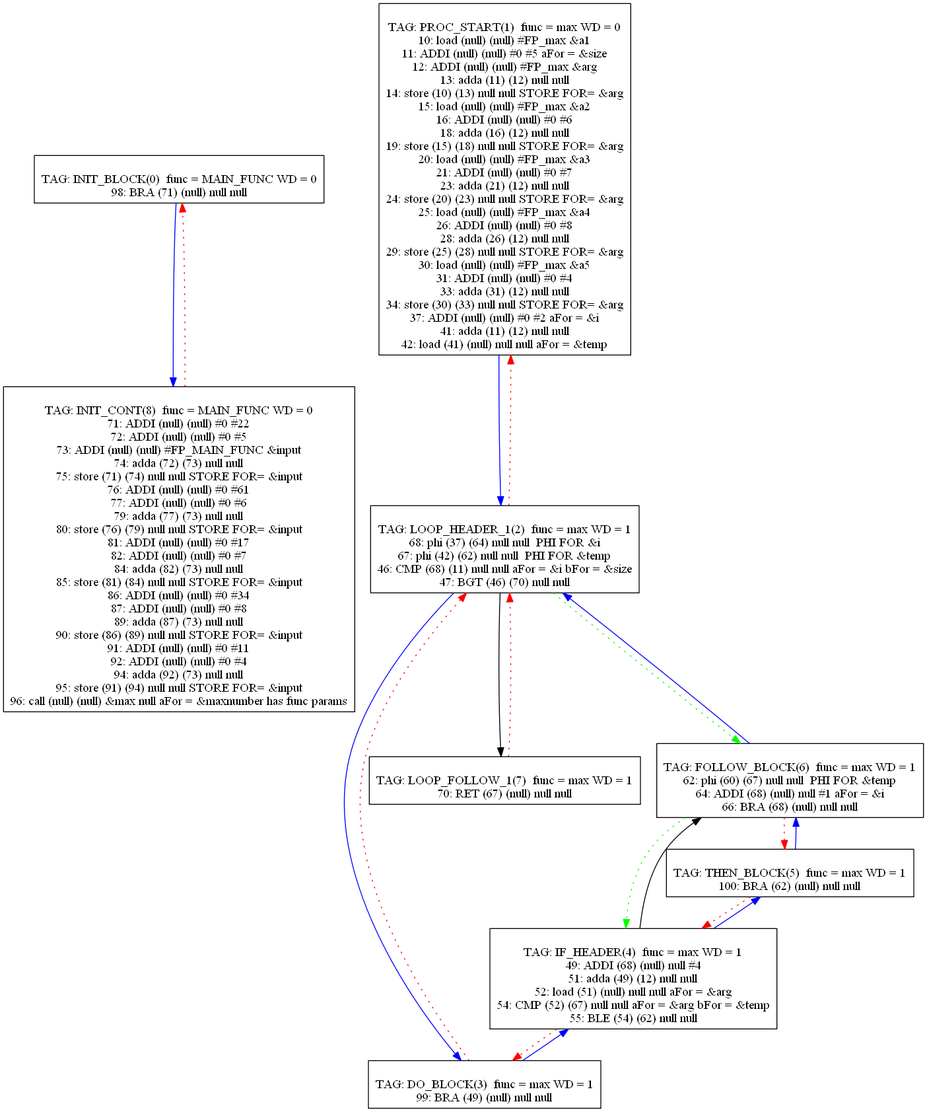
The Graphviz diagram Compiler/4graph.png in mbajaj92/Project-Astoria, before a commit. Its source is kept beside it as Compiler/4graph.dot.
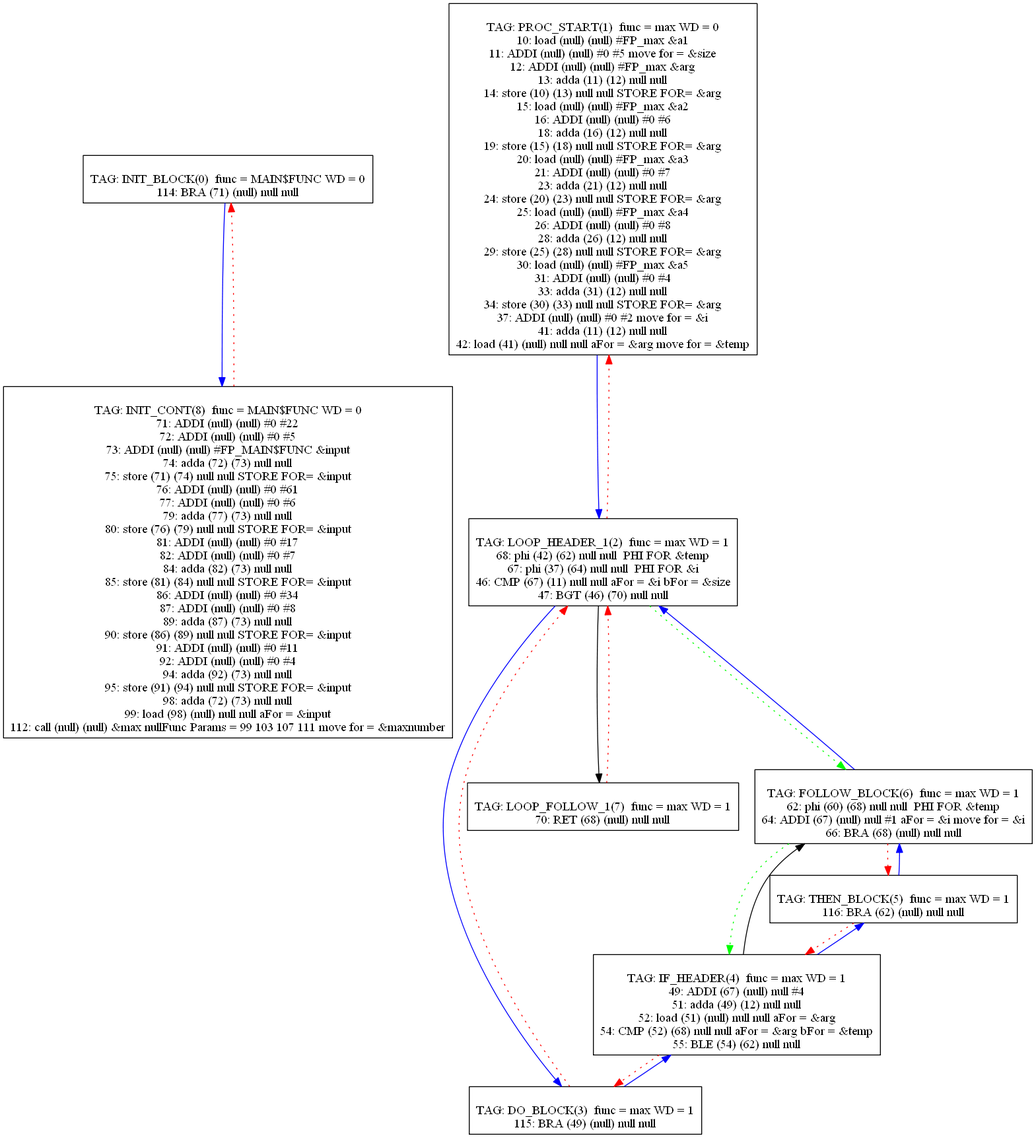
The same diagram one commit later.

The edit, as a diff of the source:
```diff
@@ -1,14 +1,14 @@
 digraph {
 0[label="
-TAG: INIT_BLOCK(0)  func = MAIN_FUNC WD = 0
-98: BRA (71) (null) null null
+TAG: INIT_BLOCK(0)  func = MAIN$FUNC WD = 0
+114: BRA (71) (null) null null
 "];
 0[shape=box];
 0 -> 8[color=blue]
 1[label="
 TAG: PROC_START(1)  func = max WD = 0
 10: load (null) (null) #FP_max &a1
-11: ADDI (null) (null) #0 #5 aFor = &size
+11: ADDI (null) (null) #0 #5 move for = &size
 12: ADDI (null) (null) #FP_max &arg
 13: adda (11) (12) null null
 14: store (10) (13) null null STORE FOR= &arg
@@ -28,17 +28,17 @@
 31: ADDI (null) (null) #0 #4
 33: adda (31) (12) null null
 34: store (30) (33) null null STORE FOR= &arg
-37: ADDI (null) (null) #0 #2 aFor = &i
+37: ADDI (null) (null) #0 #2 move for = &i
 41: adda (11) (12) null null
-42: load (41) (null) null null aFor = &temp
+42: load (41) (null) null null aFor = &arg move for = &temp
 "];
 1[shape=box];
 1 -> 2[color=blue]
 2[label="
 TAG: LOOP_HEADER_1(2)  func = max WD = 1
-68: phi (37) (64) null null  PHI FOR &i
-67: phi (42) (62) null null  PHI FOR &temp
-46: CMP (68) (11) null null aFor = &i bFor = &size
+68: phi (42) (62) null null  PHI FOR &temp
+67: phi (37) (64) null null  PHI FOR &i
+46: CMP (67) (11) null null aFor = &i bFor = &size
 47: BGT (46) (70) null null
 "];
 2[shape=box];
@@ -48,17 +48,17 @@
 2 -> 6[color=green][style=dotted]
 3[label="
 TAG: DO_BLOCK(3)  func = max WD = 1
-99: BRA (49) (null) null null
+115: BRA (49) (null) null null
 "];
 3[shape=box];
 3 -> 4[color=blue]
 3 -> 2[color=red][style=dotted]
 4[label="
 TAG: IF_HEADER(4)  func = max WD = 1
-49: ADDI (68) (null) null #4
+49: ADDI (67) (null) null #4
 51: adda (49) (12) null null
 52: load (51) (null) null null aFor = &arg
-54: CMP (52) (67) null null aFor = &arg bFor = &temp
+54: CMP (52) (68) null null aFor = &arg bFor = &temp
 55: BLE (54) (62) null null
 "];
 4[shape=box];
@@ -67,15 +67,15 @@
 4 -> 3[color=red][style=dotted]
 5[label="
 TAG: THEN_BLOCK(5)  func = max WD = 1
-100: BRA (62) (null) null null
+116: BRA (62) (null) null null
 "];
 5[shape=box];
 5 -> 6[color=blue]
 5 -> 4[color=red][style=dotted]
 6[label="
 TAG: FOLLOW_BLOCK(6)  func = max WD = 1
-62: phi (60) (67) null null  PHI FOR &temp
-64: ADDI (68) (null) null #1 aFor = &i
+62: phi (60) (68) null null  PHI FOR &temp
+64: ADDI (67) (null) null #1 aFor = &i move for = &i
 66: BRA (68) (null) null null
 "];
 6[shape=box];
@@ -84,15 +84,15 @@
 6 -> 4[color=green][style=dotted]
 7[label="
 TAG: LOOP_FOLLOW_1(7)  func = max WD = 1
-70: RET (67) (null) null null
+70: RET (68) (null) null null
 "];
 7[shape=box];
 7 -> 2[color=red][style=dotted]
 8[label="
-TAG: INIT_CONT(8)  func = MAIN_FUNC WD = 0
+TAG: INIT_CONT(8)  func = MAIN$FUNC WD = 0
 71: ADDI (null) (null) #0 #22
 72: ADDI (null) (null) #0 #5
-73: ADDI (null) (null) #FP_MAIN_FUNC &input
+73: ADDI (null) (null) #FP_MAIN$FUNC &input
 74: adda (72) (73) null null
 75: store (71) (74) null null STORE FOR= &input
 76: ADDI (null) (null) #0 #61
@@ -111,7 +111,9 @@
 92: ADDI (null) (null) #0 #4
 94: adda (92) (73) null null
 95: store (91) (94) null null STORE FOR= &input
-96: call (null) (null) &max null aFor = &maxnumber has func params
+98: adda (72) (73) null null
+99: load (98) (null) null null aFor = &input
+112: call (null) (null) &max nullFunc Params = 99 103 107 111 move for = &maxnumber
 "];
 8[shape=box];
 8 -> 0[color=red][style=dotted]
```
